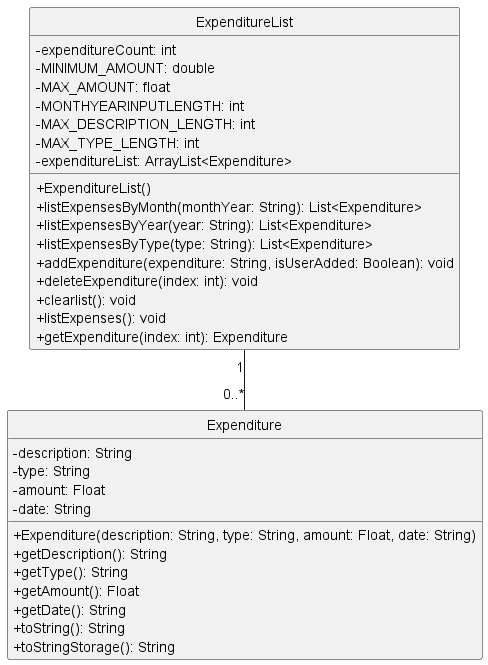
Earlier version of the PlantUML export docs/diagrams/classdiagram/Expenditure.png (nyh3/tp). The source it was exported from:
```plantuml
@startuml

hide circle
skinparam classAttributeIconSize 0

class Expenditure {
    -description: String
    -type: String
    -amount: Float
    -date: String

    +Expenditure(description: String, type: String, amount: Float, date: String)
    +getDescription(): String
    +getType(): String
    +getAmount(): Float
    +getDate(): String
    +toString(): String
    +toStringStorage(): String
}

class ExpenditureList {
    -expenditureCount: int
    -MINIMUM_AMOUNT: double
    -MAX_AMOUNT: float
    -MONTHYEARINPUTLENGTH: int
    -MAX_DESCRIPTION_LENGTH: int
    -MAX_TYPE_LENGTH: int
    -expenditureList: ArrayList<Expenditure>

    +ExpenditureList()
    +listExpensesByMonth(monthYear: String): List<Expenditure>
    +listExpensesByYear(year: String): List<Expenditure>
    +listExpensesByType(type: String): List<Expenditure>
    +addExpenditure(expenditure: String, isUserAdded: Boolean): void
    +deleteExpenditure(index: int): void
    +clearlist(): void
    +listExpenses(): void
    +getExpenditure(index: int): Expenditure
}

ExpenditureList "1" -- "0..*" Expenditure

@enduml
```
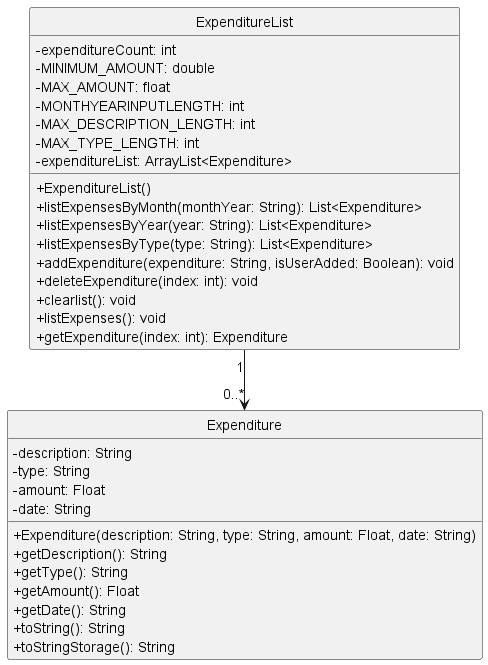
The same diagram one commit later.

The edit, as a diff of the source:
```diff
@@ -38,6 +38,6 @@
     +getExpenditure(index: int): Expenditure
 }
 
-ExpenditureList "1" -- "0..*" Expenditure
+ExpenditureList "1" --> "0..*" Expenditure
 
 @enduml
```
